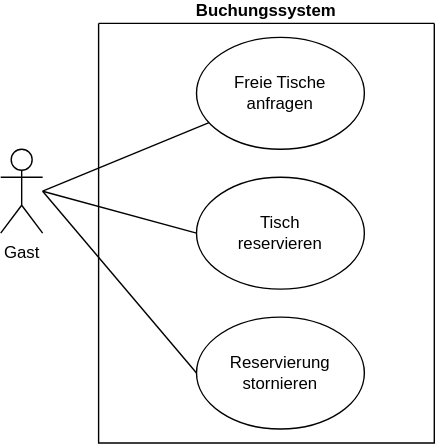
gsoTH/tischreservierung keeps this draw.io diagram as UML-UseCase.drawio.svg. Above is the earlier version. Source tidied: cells renumbered, new cells last; positions are measured from the earlier drawing's top-left corner, leaving out a move shared by most shapes.
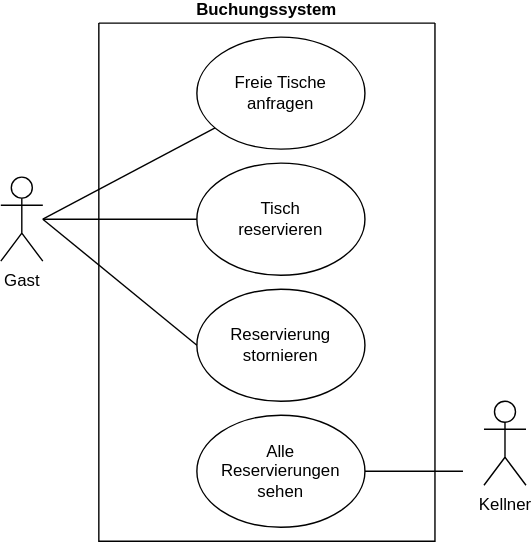
The same file after the commit.

Commit message:
Kellner hinzugefügt

Change to the diagram source:
```diff
@@ -4,33 +4,44 @@
     <mxCell id="1" parent="0" />
     <mxCell id="2" style="rounded=0;jettySize=auto;html=1;endArrow=none;endFill=0;" parent="1" edge="1" target="6">
       <mxGeometry relative="1" as="geometry">
-        <mxPoint x="30" y="120" as="sourcePoint" />
+        <mxPoint x="30" y="140" as="sourcePoint" />
       </mxGeometry>
     </mxCell>
     <mxCell id="3" value="&lt;div&gt;Gast&lt;/div&gt;" style="shape=umlActor;verticalLabelPosition=bottom;verticalAlign=top;html=1;" parent="1" vertex="1">
-      <mxGeometry y="90" width="30" height="60" as="geometry" />
+      <mxGeometry y="110" width="30" height="60" as="geometry" />
     </mxCell>
     <mxCell id="4" value="Buchungssystem" style="swimlane;startSize=0;verticalAlign=bottom;" parent="1" vertex="1">
-      <mxGeometry x="70" width="240" height="300" as="geometry" />
+      <mxGeometry x="70" width="240" height="370" as="geometry" />
     </mxCell>
     <mxCell id="5" value="&lt;div&gt;Tisch &lt;br&gt;reservieren&lt;/div&gt;" style="ellipse;whiteSpace=wrap;html=1;" parent="4" vertex="1">
-      <mxGeometry x="70" y="110" width="120" height="80" as="geometry" />
+      <mxGeometry x="70" y="100" width="120" height="80" as="geometry" />
     </mxCell>
     <mxCell id="6" value="Freie Tische &lt;br&gt;anfragen" style="ellipse;whiteSpace=wrap;html=1;" parent="4" vertex="1">
       <mxGeometry x="70" y="10" width="120" height="80" as="geometry" />
     </mxCell>
     <mxCell id="7" value="Reservierung &lt;br&gt;&lt;div&gt;stornieren&lt;/div&gt;" style="ellipse;whiteSpace=wrap;html=1;" parent="4" vertex="1">
-      <mxGeometry x="70" y="210" width="120" height="80" as="geometry" />
+      <mxGeometry x="70" y="190" width="120" height="80" as="geometry" />
     </mxCell>
+    <mxCell id="10" value="Alle &lt;br&gt;Reservierungen sehen" style="ellipse;whiteSpace=wrap;html=1;" parent="4" vertex="1">
+      <mxGeometry x="70" y="280" width="120" height="80" as="geometry" />
+    </mxCell>
     <mxCell id="8" style="rounded=0;jettySize=auto;html=1;endArrow=none;endFill=0;entryX=0;entryY=0.5;entryDx=0;entryDy=0;" parent="1" edge="1" target="5">
       <mxGeometry relative="1" as="geometry">
-        <mxPoint x="30" y="120" as="sourcePoint" />
+        <mxPoint x="30" y="140" as="sourcePoint" />
       </mxGeometry>
     </mxCell>
     <mxCell id="9" style="rounded=0;jettySize=auto;html=1;endArrow=none;endFill=0;entryX=0;entryY=0.5;entryDx=0;entryDy=0;" parent="1" edge="1" target="7">
       <mxGeometry relative="1" as="geometry">
-        <mxPoint x="30" y="120" as="sourcePoint" />
+        <mxPoint x="30" y="140" as="sourcePoint" />
       </mxGeometry>
     </mxCell>
+    <mxCell id="11" value="Kellner" style="shape=umlActor;verticalLabelPosition=bottom;verticalAlign=top;html=1;" parent="1" vertex="1">
+      <mxGeometry x="345" y="270" width="30" height="60" as="geometry" />
+    </mxCell>
+    <mxCell id="12" style="rounded=0;jettySize=auto;html=1;endArrow=none;endFill=0;exitX=1;exitY=0.5;exitDx=0;exitDy=0;" parent="1" edge="1" source="10">
+      <mxGeometry relative="1" as="geometry">
+        <mxPoint x="330" y="320" as="targetPoint" />
+      </mxGeometry>
+    </mxCell>
   </root>
 </mxGraphModel>
```
